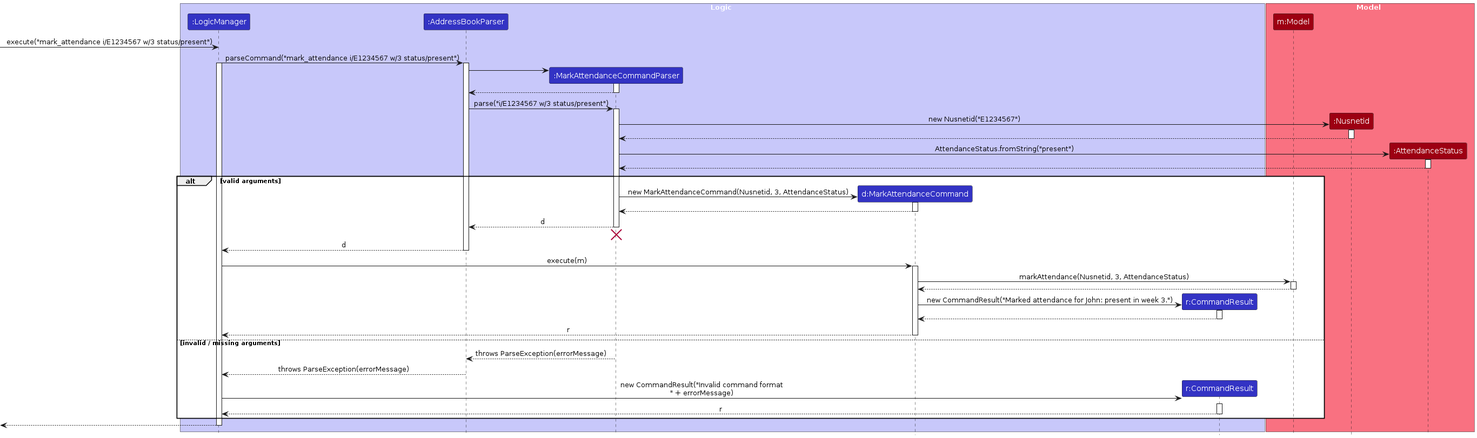
Before: diagrams/MarkAttendanceSequenceDiagram.png, a diagram exported from PlantUML (AY2526S1-CS2103T-W11-1/tp). Its source is kept beside it as diagrams/MarkAttendanceSequenceDiagram.puml.
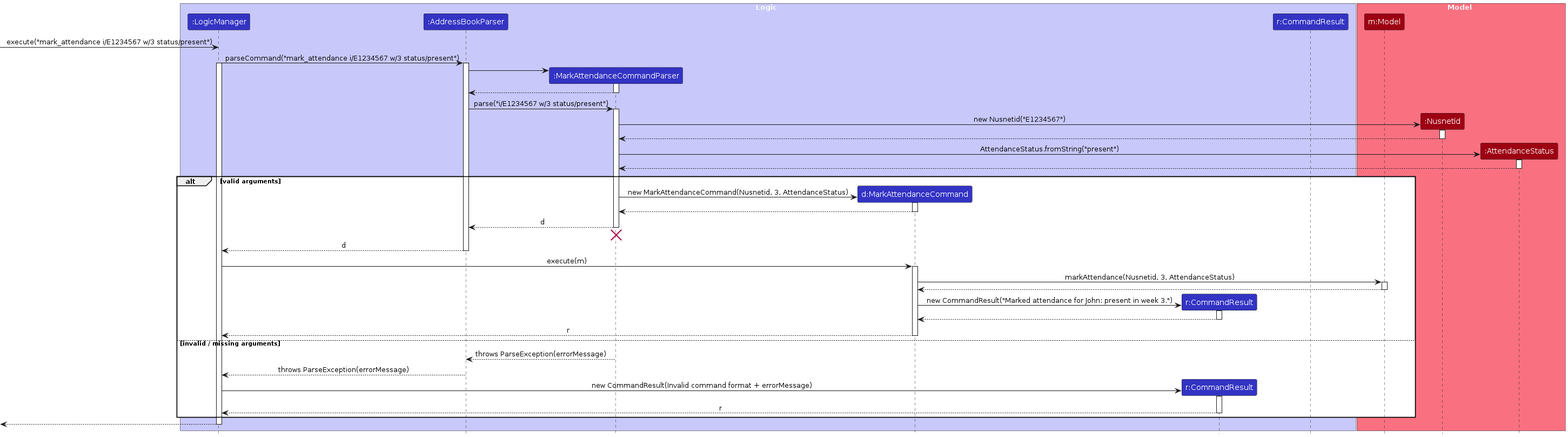
After the commit.

The edit, as a diff of the source:
```diff
@@ -8,6 +8,7 @@
 participant ":MarkAttendanceCommandParser" as MarkAttendanceCommandParser LOGIC_COLOR
 participant "d:MarkAttendanceCommand" as MarkAttendanceCommand LOGIC_COLOR
 participant "r:CommandResult" as CommandResult LOGIC_COLOR
+participant "r:CommandResult" as CommandResult2 LOGIC_COLOR
 end box
 
 box Model MODEL_COLOR_T1
@@ -83,7 +84,7 @@
     deactivate AddressBookParser
 
     create CommandResult
-    LogicManager -> CommandResult : new CommandResult("Invalid command format\n" + errorMessage)
+    LogicManager -> CommandResult : new CommandResult(Invalid command format + errorMessage)
     activate CommandResult
     CommandResult --> LogicManager : r
     deactivate CommandResult
```
